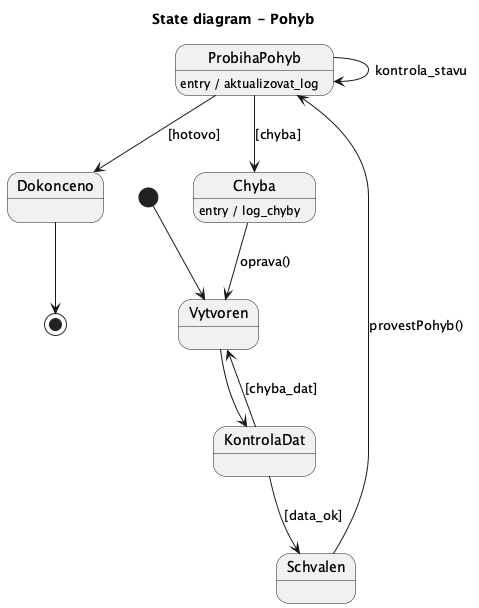
lkvapil/wms-elektronicke-soucastky keeps this PlantUML diagram as docs/images/09_state_pohyb_skladu.png. Above is the earlier version.
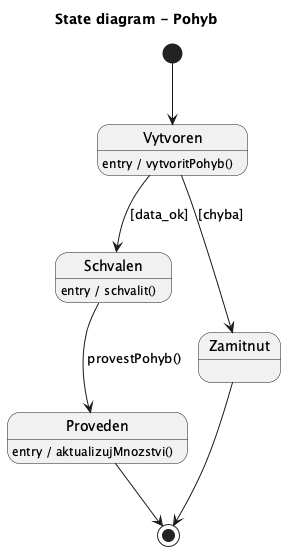
The same diagram one commit later.

Diff of the diagram source:
```diff
@@ -3,22 +3,17 @@
 
 [*] --> Vytvoren
 
-Vytvoren --> KontrolaDat
+Vytvoren : entry / vytvoritPohyb()
 
-KontrolaDat --> Schvalen : [data_ok]
-KontrolaDat --> Vytvoren : [chyba_dat]
+Vytvoren --> Schvalen : [data_ok]
+Vytvoren --> Zamitnut : [chyba]
 
-Schvalen --> ProbihaPohyb : provestPohyb()
+Schvalen : entry / schvalit()
 
-ProbihaPohyb : entry / aktualizovat_log
-ProbihaPohyb --> ProbihaPohyb : kontrola_stavu
+Schvalen --> Proveden : provestPohyb()
+Proveden : entry / aktualizujMnozstvi()
 
-ProbihaPohyb --> Dokonceno : [hotovo]
-ProbihaPohyb --> Chyba : [chyba]
-
-Chyba : entry / log_chyby
-Chyba --> Vytvoren : oprava()
-
-Dokonceno --> [*]
+Proveden --> [*]
+Zamitnut --> [*]
 
 @enduml
```
